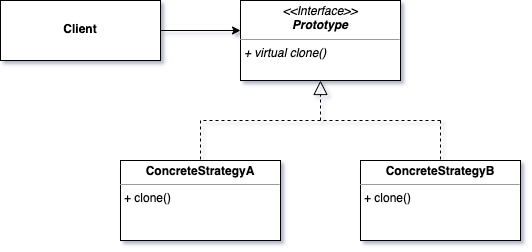
The draw.io diagram img/prototype.png in cmbrandt/cxx-fundamentals, before a commit. Source tidied: cells renumbered, new cells last; positions are measured from the earlier drawing's top-left corner, leaving out a move shared by most shapes. The source it was exported from:
```xml
<mxGraphModel shadow="1">
  <root>
    <mxCell id="0" />
    <mxCell id="1" parent="0" />
    <mxCell id="2" value="&lt;p style=&quot;margin:0px;margin-top:4px;text-align:center;&quot;&gt;&lt;b&gt;ConcreteStrategyA&lt;/b&gt;&lt;/p&gt;&lt;hr size=&quot;1&quot;&gt;&lt;p style=&quot;margin:0px;margin-left:4px;&quot;&gt;&lt;/p&gt;&lt;p style=&quot;margin:0px;margin-left:4px;&quot;&gt;+ clone()&lt;/p&gt;" style="verticalAlign=top;align=left;overflow=fill;fontSize=12;fontFamily=Helvetica;html=1;whiteSpace=wrap;labelBackgroundColor=none;" parent="1" vertex="1">
      <mxGeometry x="120" y="160" width="160" height="80" as="geometry" />
    </mxCell>
    <mxCell id="3" value="&lt;p style=&quot;margin:0px;margin-top:4px;text-align:center;&quot;&gt;&lt;b&gt;ConcreteStrategyB&lt;/b&gt;&lt;/p&gt;&lt;hr size=&quot;1&quot;&gt;&lt;p style=&quot;margin:0px;margin-left:4px;&quot;&gt;&lt;/p&gt;&lt;p style=&quot;margin:0px;margin-left:4px;&quot;&gt;+ clone()&lt;/p&gt;" style="verticalAlign=top;align=left;overflow=fill;fontSize=12;fontFamily=Helvetica;html=1;whiteSpace=wrap;labelBackgroundColor=none;" parent="1" vertex="1">
      <mxGeometry x="360" y="160" width="160" height="80" as="geometry" />
    </mxCell>
    <mxCell id="4" style="endArrow=none;startArrow=none;endFill=0;startFill=0;endSize=8;html=1;verticalAlign=bottom;dashed=1;labelBackgroundColor=none;dashPattern=1 2;rounded=0;entryX=0.5;entryY=0;entryDx=0;entryDy=0;fontColor=default;" parent="1" edge="1" target="2">
      <mxGeometry relative="1" as="geometry">
        <mxPoint x="200" y="160" as="sourcePoint" />
      </mxGeometry>
    </mxCell>
    <mxCell id="5" style="endArrow=none;dashed=1;html=1;rounded=0;labelBackgroundColor=none;fontColor=default;" parent="1" edge="1">
      <mxGeometry relative="1" as="geometry">
        <mxPoint x="440" y="120" as="sourcePoint" />
        <mxPoint x="320" y="120" as="targetPoint" />
      </mxGeometry>
    </mxCell>
    <mxCell id="6" style="endArrow=none;dashed=1;html=1;rounded=0;entryX=0.5;entryY=0;entryDx=0;entryDy=0;labelBackgroundColor=none;fontColor=default;" parent="1" edge="1" target="3">
      <mxGeometry relative="1" as="geometry">
        <mxPoint x="440" y="120" as="sourcePoint" />
      </mxGeometry>
    </mxCell>
    <mxCell id="7" style="endArrow=none;dashed=1;html=1;rounded=0;entryX=0.5;entryY=0;entryDx=0;entryDy=0;labelBackgroundColor=none;fontColor=default;" parent="1" edge="1" target="2">
      <mxGeometry relative="1" as="geometry">
        <mxPoint x="200" y="120" as="sourcePoint" />
      </mxGeometry>
    </mxCell>
    <mxCell id="8" style="endArrow=none;dashed=1;html=1;rounded=0;labelBackgroundColor=none;fontColor=default;" parent="1" edge="1">
      <mxGeometry relative="1" as="geometry">
        <mxPoint x="320" y="120" as="sourcePoint" />
        <mxPoint x="200" y="120" as="targetPoint" />
      </mxGeometry>
    </mxCell>
    <mxCell id="9" value="&lt;p style=&quot;margin:0px;margin-top:4px;text-align:center;&quot;&gt;&lt;i&gt;&amp;lt;&amp;lt;Interface&amp;gt;&amp;gt;&lt;/i&gt;&lt;br&gt;&lt;b&gt;&lt;i&gt;Prototype&lt;/i&gt;&lt;/b&gt;&lt;/p&gt;&lt;hr size=&quot;1&quot;&gt;&lt;p style=&quot;margin:0px;margin-left:4px;&quot;&gt;&lt;/p&gt;&lt;p style=&quot;margin:0px;margin-left:4px;&quot;&gt;&lt;i&gt;+ virtual clone()&lt;br&gt;&lt;/i&gt;&lt;br&gt;&lt;/p&gt;" style="verticalAlign=top;align=left;overflow=fill;fontSize=12;fontFamily=Helvetica;html=1;whiteSpace=wrap;labelBackgroundColor=none;" parent="1" vertex="1">
      <mxGeometry x="240" width="160" height="80" as="geometry" />
    </mxCell>
    <mxCell id="10" style="endArrow=block;dashed=1;endFill=0;endSize=12;html=1;rounded=0;entryX=0.5;entryY=1;entryDx=0;entryDy=0;labelBackgroundColor=none;fontColor=default;" parent="1" edge="1" target="9">
      <mxGeometry relative="1" as="geometry">
        <mxPoint x="320" y="120" as="sourcePoint" />
      </mxGeometry>
    </mxCell>
    <mxCell id="11" value="&lt;p style=&quot;margin:0px;margin-top:4px;text-align:center;&quot;&gt;&lt;br&gt;&lt;/p&gt;&lt;p style=&quot;margin:0px;margin-top:4px;text-align:center;&quot;&gt;&lt;b&gt;Client&lt;/b&gt;&lt;/p&gt;" style="verticalAlign=top;align=left;overflow=fill;fontSize=12;fontFamily=Helvetica;html=1;whiteSpace=wrap;" parent="1" vertex="1">
      <mxGeometry width="160" height="60" as="geometry" />
    </mxCell>
    <mxCell id="12" style="endArrow=classic;html=1;rounded=0;exitX=1;exitY=0.5;exitDx=0;exitDy=0;" parent="1" edge="1" source="11">
      <mxGeometry relative="1" as="geometry">
        <mxPoint x="240" y="30" as="targetPoint" />
      </mxGeometry>
    </mxCell>
  </root>
</mxGraphModel>
```
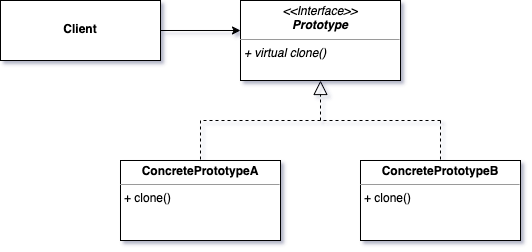
Above is the later version.

Commit message:
Updating the Prototype UML diagram

What changed in the source:
```diff
@@ -2,10 +2,10 @@
   <root>
     <mxCell id="0" />
     <mxCell id="1" parent="0" />
-    <mxCell id="2" value="&lt;p style=&quot;margin:0px;margin-top:4px;text-align:center;&quot;&gt;&lt;b&gt;ConcreteStrategyA&lt;/b&gt;&lt;/p&gt;&lt;hr size=&quot;1&quot;&gt;&lt;p style=&quot;margin:0px;margin-left:4px;&quot;&gt;&lt;/p&gt;&lt;p style=&quot;margin:0px;margin-left:4px;&quot;&gt;+ clone()&lt;/p&gt;" style="verticalAlign=top;align=left;overflow=fill;fontSize=12;fontFamily=Helvetica;html=1;whiteSpace=wrap;labelBackgroundColor=none;" parent="1" vertex="1">
+    <mxCell id="2" value="&lt;p style=&quot;margin:0px;margin-top:4px;text-align:center;&quot;&gt;&lt;b&gt;ConcretePrototypeA&lt;/b&gt;&lt;/p&gt;&lt;hr size=&quot;1&quot;&gt;&lt;p style=&quot;margin:0px;margin-left:4px;&quot;&gt;&lt;/p&gt;&lt;p style=&quot;margin:0px;margin-left:4px;&quot;&gt;+ clone()&lt;/p&gt;" style="verticalAlign=top;align=left;overflow=fill;fontSize=12;fontFamily=Helvetica;html=1;whiteSpace=wrap;labelBackgroundColor=none;" parent="1" vertex="1">
       <mxGeometry x="120" y="160" width="160" height="80" as="geometry" />
     </mxCell>
-    <mxCell id="3" value="&lt;p style=&quot;margin:0px;margin-top:4px;text-align:center;&quot;&gt;&lt;b&gt;ConcreteStrategyB&lt;/b&gt;&lt;/p&gt;&lt;hr size=&quot;1&quot;&gt;&lt;p style=&quot;margin:0px;margin-left:4px;&quot;&gt;&lt;/p&gt;&lt;p style=&quot;margin:0px;margin-left:4px;&quot;&gt;+ clone()&lt;/p&gt;" style="verticalAlign=top;align=left;overflow=fill;fontSize=12;fontFamily=Helvetica;html=1;whiteSpace=wrap;labelBackgroundColor=none;" parent="1" vertex="1">
+    <mxCell id="3" value="&lt;p style=&quot;margin:0px;margin-top:4px;text-align:center;&quot;&gt;&lt;b&gt;ConcretePrototypeB&lt;/b&gt;&lt;/p&gt;&lt;hr size=&quot;1&quot;&gt;&lt;p style=&quot;margin:0px;margin-left:4px;&quot;&gt;&lt;/p&gt;&lt;p style=&quot;margin:0px;margin-left:4px;&quot;&gt;+ clone()&lt;/p&gt;" style="verticalAlign=top;align=left;overflow=fill;fontSize=12;fontFamily=Helvetica;html=1;whiteSpace=wrap;labelBackgroundColor=none;" parent="1" vertex="1">
       <mxGeometry x="360" y="160" width="160" height="80" as="geometry" />
     </mxCell>
     <mxCell id="4" style="endArrow=none;startArrow=none;endFill=0;startFill=0;endSize=8;html=1;verticalAlign=bottom;dashed=1;labelBackgroundColor=none;dashPattern=1 2;rounded=0;entryX=0.5;entryY=0;entryDx=0;entryDy=0;fontColor=default;" parent="1" edge="1" target="2">
```
